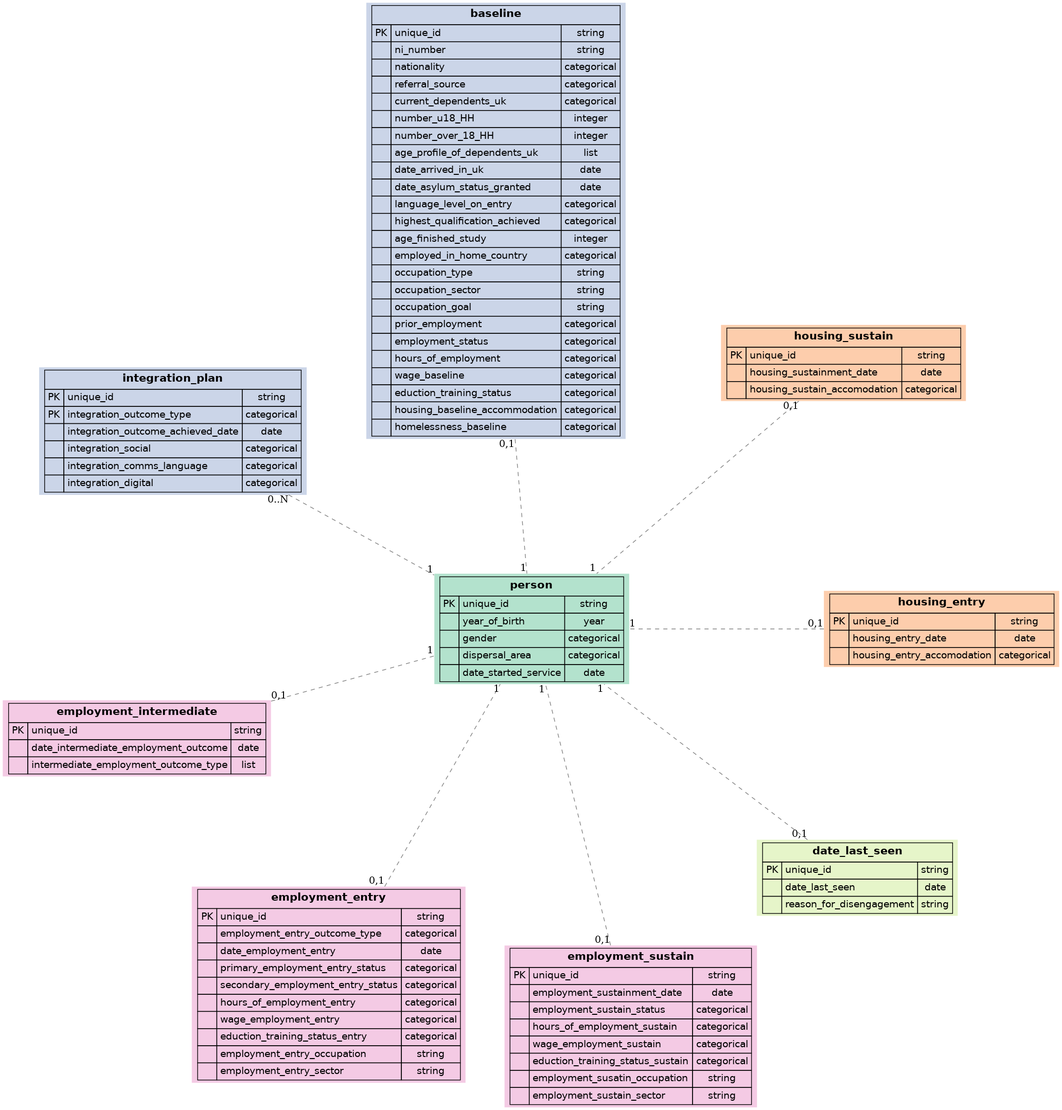
The Graphviz diagram assets/spec/record-relationships.png in SocialFinanceDigitalLabs/RTOF-specification, before a commit. Its source is kept beside it as assets/spec/record-relationships.dot.
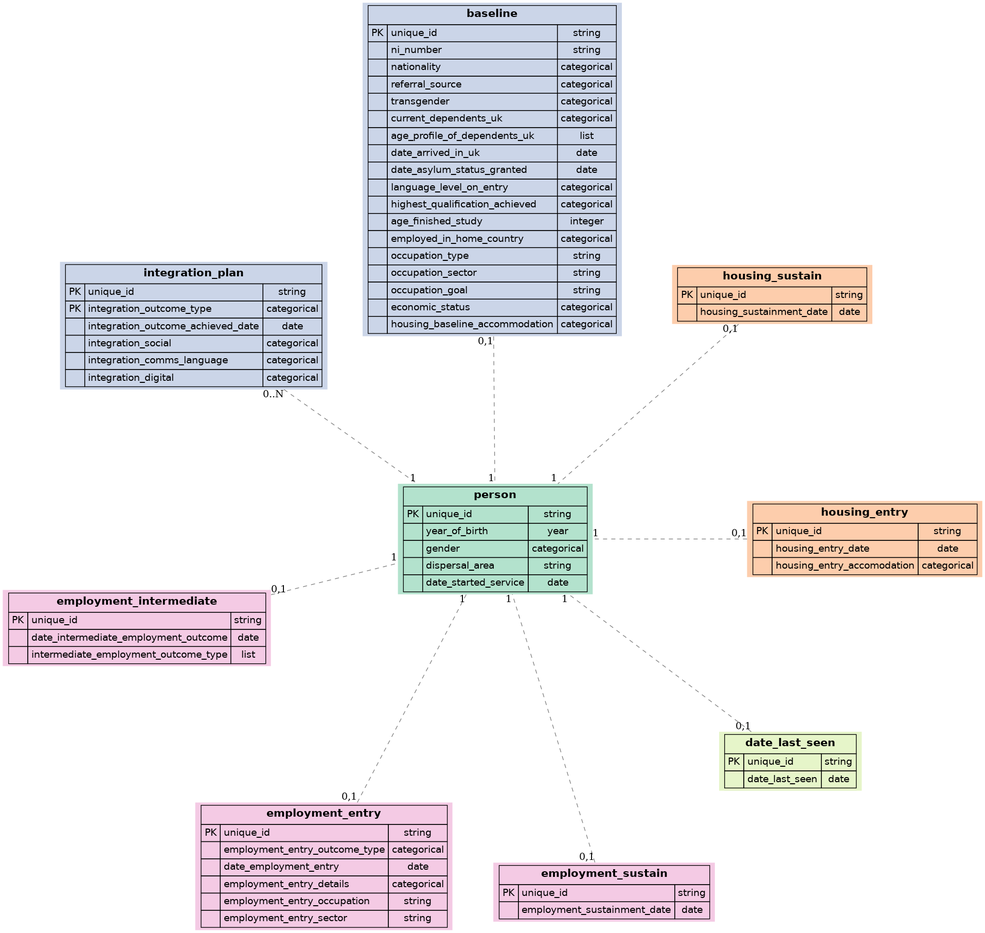
After the change.

Change to the diagram source:
```diff
@@ -34,7 +34,7 @@
         <TR>
             <TD></TD>
             <TD ALIGN="LEFT">dispersal_area</TD>
-            <TD ALIGN="CENTER">categorical</TD>
+            <TD ALIGN="CENTER">string</TD>
         </TR>
         <TR>
             <TD></TD>
@@ -86,11 +86,6 @@
             <TD ALIGN="LEFT">housing_sustainment_date</TD>
             <TD ALIGN="CENTER">date</TD>
         </TR>
-        <TR>
-            <TD></TD>
-            <TD ALIGN="LEFT">housing_sustain_accomodation</TD>
-            <TD ALIGN="CENTER">categorical</TD>
-        </TR>
     </TABLE>
 </FONT>>];
 
@@ -123,18 +118,13 @@
         </TR>
         <TR>
             <TD></TD>
-            <TD ALIGN="LEFT">current_dependents_uk</TD>
+            <TD ALIGN="LEFT">transgender</TD>
             <TD ALIGN="CENTER">categorical</TD>
         </TR>
         <TR>
             <TD></TD>
-            <TD ALIGN="LEFT">number_u18_HH</TD>
-            <TD ALIGN="CENTER">integer</TD>
-        </TR>
-        <TR>
-            <TD></TD>
-            <TD ALIGN="LEFT">number_over_18_HH</TD>
-            <TD ALIGN="CENTER">integer</TD>
+            <TD ALIGN="LEFT">current_dependents_uk</TD>
+            <TD ALIGN="CENTER">categorical</TD>
         </TR>
         <TR>
             <TD></TD>
@@ -188,37 +178,12 @@
         </TR>
         <TR>
             <TD></TD>
-            <TD ALIGN="LEFT">prior_employment</TD>
-            <TD ALIGN="CENTER">categorical</TD>
-        </TR>
-        <TR>
-            <TD></TD>
-            <TD ALIGN="LEFT">employment_status</TD>
-            <TD ALIGN="CENTER">categorical</TD>
-        </TR>
-        <TR>
-            <TD></TD>
-            <TD ALIGN="LEFT">hours_of_employment</TD>
-            <TD ALIGN="CENTER">categorical</TD>
-        </TR>
-        <TR>
-            <TD></TD>
-            <TD ALIGN="LEFT">wage_baseline</TD>
-            <TD ALIGN="CENTER">categorical</TD>
-        </TR>
-        <TR>
-            <TD></TD>
-            <TD ALIGN="LEFT">eduction_training_status</TD>
+            <TD ALIGN="LEFT">economic_status</TD>
             <TD ALIGN="CENTER">categorical</TD>
         </TR>
         <TR>
             <TD></TD>
             <TD ALIGN="LEFT">housing_baseline_accommodation</TD>
-            <TD ALIGN="CENTER">categorical</TD>
-        </TR>
-        <TR>
-            <TD></TD>
-            <TD ALIGN="LEFT">homelessness_baseline</TD>
             <TD ALIGN="CENTER">categorical</TD>
         </TR>
     </TABLE>
@@ -313,27 +278,7 @@
         </TR>
         <TR>
             <TD></TD>
-            <TD ALIGN="LEFT">primary_employment_entry_status</TD>
-            <TD ALIGN="CENTER">categorical</TD>
-        </TR>
-        <TR>
-            <TD></TD>
-            <TD ALIGN="LEFT">secondary_employment_entry_status</TD>
-            <TD ALIGN="CENTER">categorical</TD>
-        </TR>
-        <TR>
-            <TD></TD>
-            <TD ALIGN="LEFT">hours_of_employment_entry</TD>
-            <TD ALIGN="CENTER">categorical</TD>
-        </TR>
-        <TR>
-            <TD></TD>
-            <TD ALIGN="LEFT">wage_employment_entry</TD>
-            <TD ALIGN="CENTER">categorical</TD>
-        </TR>
-        <TR>
-            <TD></TD>
-            <TD ALIGN="LEFT">eduction_training_status_entry</TD>
+            <TD ALIGN="LEFT">employment_entry_details</TD>
             <TD ALIGN="CENTER">categorical</TD>
         </TR>
         <TR>
@@ -366,36 +311,6 @@
             <TD ALIGN="LEFT">employment_sustainment_date</TD>
             <TD ALIGN="CENTER">date</TD>
         </TR>
-        <TR>
-            <TD></TD>
-            <TD ALIGN="LEFT">employment_sustain_status</TD>
-            <TD ALIGN="CENTER">categorical</TD>
-        </TR>
-        <TR>
-            <TD></TD>
-            <TD ALIGN="LEFT">hours_of_employment_sustain</TD>
-            <TD ALIGN="CENTER">categorical</TD>
-        </TR>
-        <TR>
-            <TD></TD>
-            <TD ALIGN="LEFT">wage_employment_sustain</TD>
-            <TD ALIGN="CENTER">categorical</TD>
-        </TR>
-        <TR>
-            <TD></TD>
-            <TD ALIGN="LEFT">eduction_training_status_sustain</TD>
-            <TD ALIGN="CENTER">categorical</TD>
-        </TR>
-        <TR>
-            <TD></TD>
-            <TD ALIGN="LEFT">employment_susatin_occupation</TD>
-            <TD ALIGN="CENTER">string</TD>
-        </TR>
-        <TR>
-            <TD></TD>
-            <TD ALIGN="LEFT">employment_sustain_sector</TD>
-            <TD ALIGN="CENTER">string</TD>
-        </TR>
     </TABLE>
 </FONT>>];
 
@@ -415,11 +330,6 @@
             <TD></TD>
             <TD ALIGN="LEFT">date_last_seen</TD>
             <TD ALIGN="CENTER">date</TD>
-        </TR>
-        <TR>
-            <TD></TD>
-            <TD ALIGN="LEFT">reason_for_disengagement</TD>
-            <TD ALIGN="CENTER">string</TD>
         </TR>
     </TABLE>
 </FONT>>];
```
